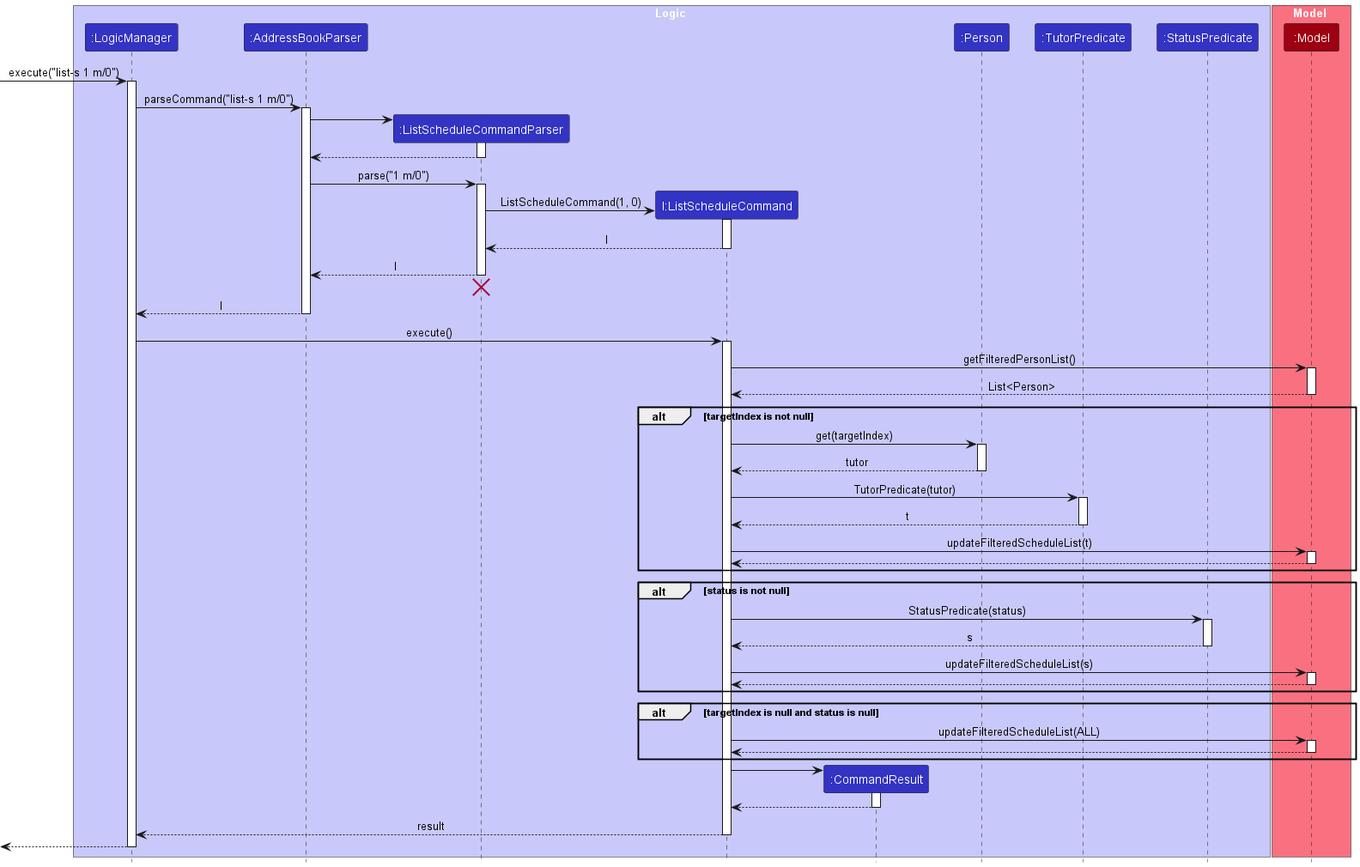
Above: docs/images/ListScheduleSequenceDiagram.png in nus-cs2103-AY2324S1/tp (PlantUML), before the change. Its diagram source:
```plantuml
@startuml
!include style.puml
skinparam ArrowFontStyle plain

box Logic LOGIC_COLOR_T1
participant ":LogicManager" as LogicManager LOGIC_COLOR
participant ":AddressBookParser" as AddressBookParser LOGIC_COLOR
participant ":ListScheduleCommandParser" as ListScheduleCommandParser LOGIC_COLOR
participant "l:ListScheduleCommand" as ListScheduleCommand LOGIC_COLOR
participant ":CommandResult" as CommandResult LOGIC_COLOR
participant ":Person" as Person LOGIC_COLOR
participant ":TutorPredicate" as TutorPredicate LOGIC_COLOR
participant ":StatusPredicate" as StatusPredicate LOGIC_COLOR
end box

box Model MODEL_COLOR_T1
participant ":Model" as Model MODEL_COLOR
end box

[-> LogicManager : execute("list-s 1 m/0")
activate LogicManager

LogicManager -> AddressBookParser : parseCommand("list-s 1 m/0")
activate AddressBookParser

create ListScheduleCommandParser
AddressBookParser -> ListScheduleCommandParser
activate ListScheduleCommandParser

ListScheduleCommandParser --> AddressBookParser
deactivate ListScheduleCommandParser

AddressBookParser -> ListScheduleCommandParser : parse("1 m/0")
activate ListScheduleCommandParser

create ListScheduleCommand
ListScheduleCommandParser -> ListScheduleCommand : ListScheduleCommand(1, 0)
activate ListScheduleCommand

ListScheduleCommand --> ListScheduleCommandParser : l
deactivate ListScheduleCommand

ListScheduleCommandParser --> AddressBookParser : l
deactivate ListScheduleCommandParser
ListScheduleCommandParser -[hidden]-> AddressBookParser
destroy ListScheduleCommandParser

AddressBookParser --> LogicManager : l
deactivate AddressBookParser

LogicManager -> ListScheduleCommand : execute()
activate ListScheduleCommand

ListScheduleCommand -> Model: getFilteredPersonList()
activate Model

Model --> ListScheduleCommand: List<Person>
deactivate Model

alt TRANSPARENT targetIndex is not null
    ListScheduleCommand -> Person: get(targetIndex)
    activate Person

    Person --> ListScheduleCommand: tutor
    deactivate Person

    ListScheduleCommand -> TutorPredicate: TutorPredicate(tutor)
    activate TutorPredicate

    TutorPredicate --> ListScheduleCommand : t
    deactivate TutorPredicate

    ListScheduleCommand -> Model: updateFilteredScheduleList(t)
    activate Model

    Model --> ListScheduleCommand:
    deactivate Model
end

alt TRANSPARENT status is not null
    ListScheduleCommand -> StatusPredicate: StatusPredicate(status)
    activate StatusPredicate

    StatusPredicate --> ListScheduleCommand : s
    deactivate StatusPredicate

    ListScheduleCommand -> Model: updateFilteredScheduleList(s)
    activate Model

    Model --> ListScheduleCommand:
    deactivate Model
end

alt TRANSPARENT targetIndex is null and status is null
    ListScheduleCommand -> Model: updateFilteredScheduleList(ALL)
    activate Model

    Model --> ListScheduleCommand:
    deactivate Model
end

create CommandResult
ListScheduleCommand -> CommandResult
activate CommandResult

CommandResult --> ListScheduleCommand
deactivate CommandResult

ListScheduleCommand --> LogicManager : result
deactivate ListScheduleCommand

[<-- LogicManager
deactivate LogicManager
@enduml
```
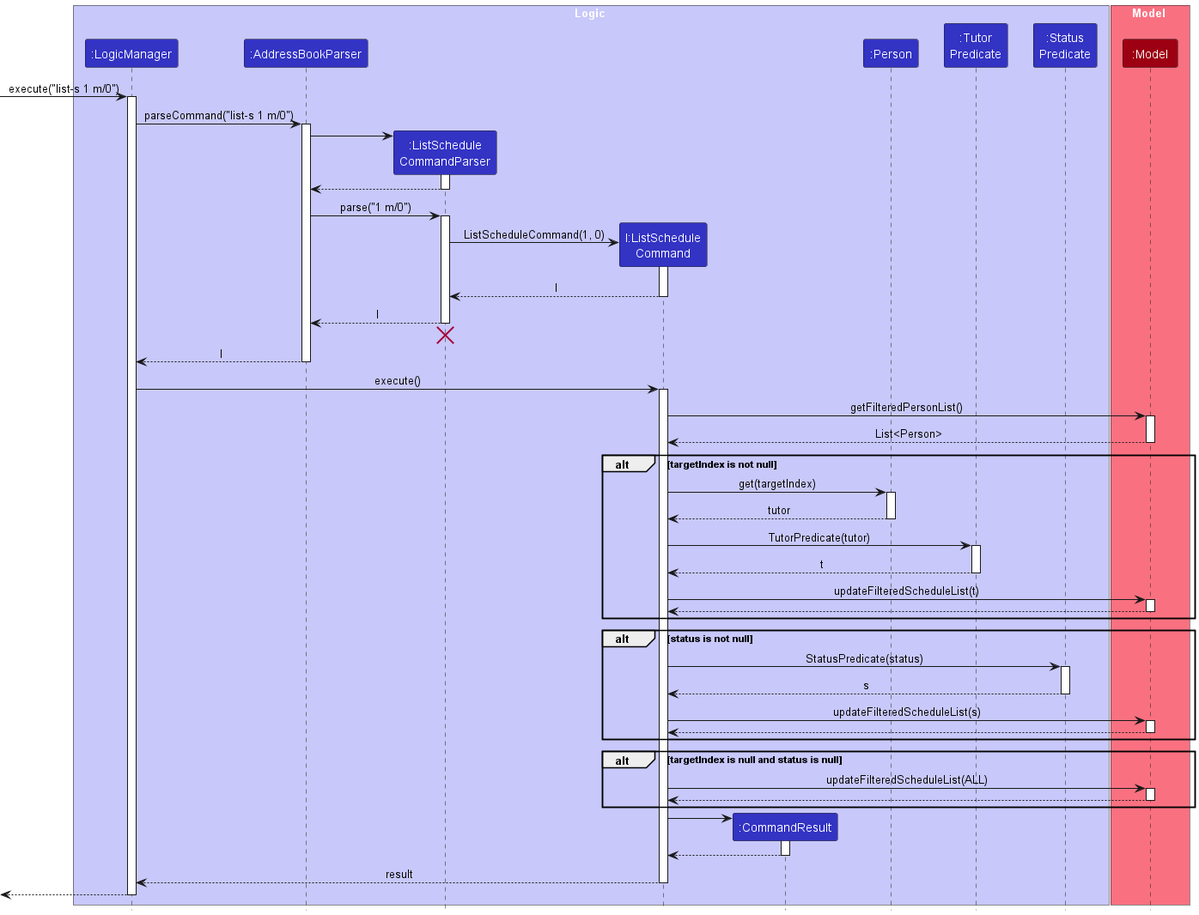
Later version of the same file.

Commit message:
Update list-s find-s, mark, unmark, delete-s

Change to the diagram source:
```diff
@@ -5,12 +5,12 @@
 box Logic LOGIC_COLOR_T1
 participant ":LogicManager" as LogicManager LOGIC_COLOR
 participant ":AddressBookParser" as AddressBookParser LOGIC_COLOR
-participant ":ListScheduleCommandParser" as ListScheduleCommandParser LOGIC_COLOR
-participant "l:ListScheduleCommand" as ListScheduleCommand LOGIC_COLOR
+participant ":ListSchedule\nCommandParser" as ListScheduleCommandParser LOGIC_COLOR
+participant "l:ListSchedule\nCommand" as ListScheduleCommand LOGIC_COLOR
 participant ":CommandResult" as CommandResult LOGIC_COLOR
 participant ":Person" as Person LOGIC_COLOR
-participant ":TutorPredicate" as TutorPredicate LOGIC_COLOR
-participant ":StatusPredicate" as StatusPredicate LOGIC_COLOR
+participant ":Tutor\nPredicate" as TutorPredicate LOGIC_COLOR
+participant ":Status\nPredicate" as StatusPredicate LOGIC_COLOR
 end box
 
 box Model MODEL_COLOR_T1
```
